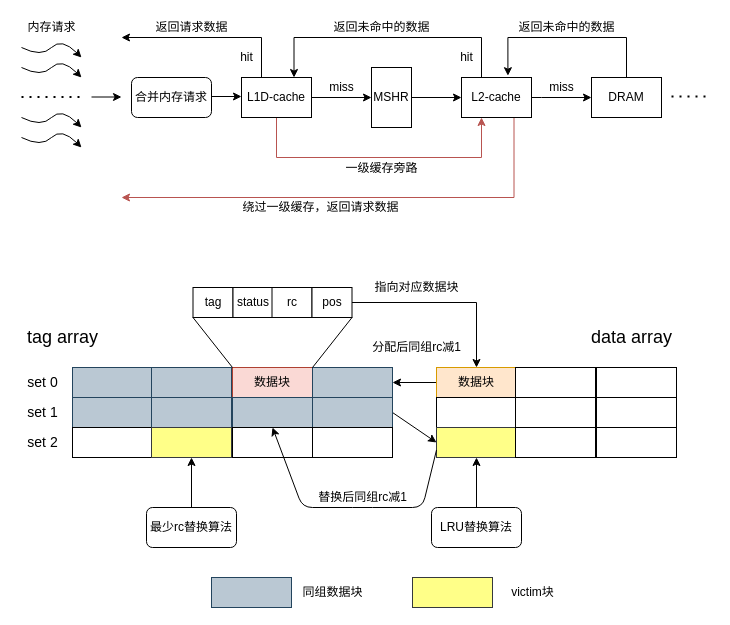
This is GPU bypassing basic.drawio from hwm0726/drawioFile, a draw.io file, before an edit. Source tidied: cells renumbered, new cells numbered last; positions are measured from the earlier drawing's top-left corner, leaving out a move shared by most shapes. Both pictures are drawn from the tidied source at 100%, with x=0, y=0 at pixel (17, 17).
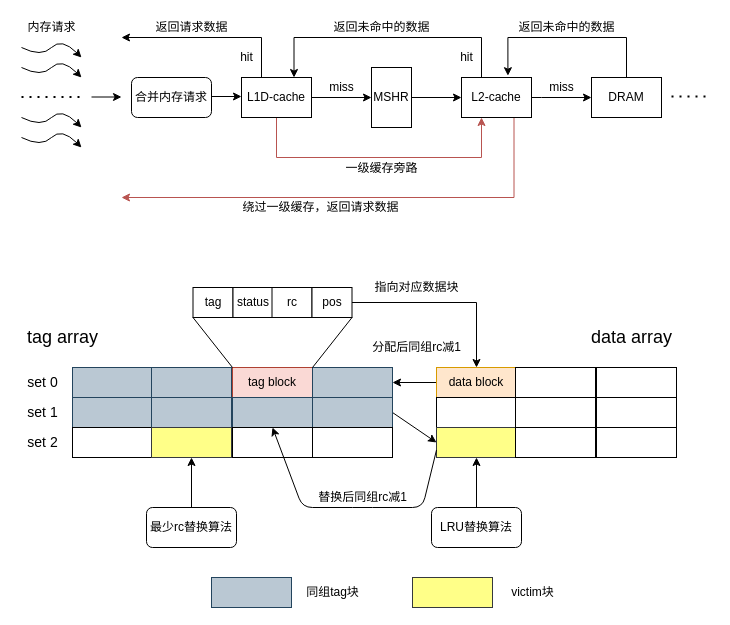
After the change.

What changed in the source:
```diff
@@
-    <mxCell id="40" value="数据块" style="rounded=0;whiteSpace=wrap;html=1;fillColor=#fad9d5;strokeColor=#ae4132;" parent="1" vertex="1">
+    <mxCell id="40" value="tag block" style="rounded=0;whiteSpace=wrap;html=1;fillColor=#fad9d5;strokeColor=#ae4132;" parent="1" vertex="1">
       <mxGeometry x="215" y="350" width="80" height="30" as="geometry" />
     </mxCell>
@@
-    <mxCell id="53" value="数据块" style="rounded=0;whiteSpace=wrap;html=1;fillColor=#ffe6cc;strokeColor=#d79b00;" parent="1" vertex="1">
+    <mxCell id="53" value="data block" style="rounded=0;whiteSpace=wrap;html=1;fillColor=#ffe6cc;strokeColor=#d79b00;" parent="1" vertex="1">
       <mxGeometry x="419" y="350" width="80" height="30" as="geometry" />
     </mxCell>
@@
-    <mxCell id="74" value="同组数据块" style="text;html=1;align=center;verticalAlign=middle;strokeColor=none;" parent="1" vertex="1">
-      <mxGeometry x="274.5" y="565" width="80" height="20" as="geometry" />
+    <mxCell id="74" value="同组tag块" style="text;html=1;align=center;verticalAlign=middle;strokeColor=none;" parent="1" vertex="1">
+      <mxGeometry x="279.5" y="565" width="70" height="20" as="geometry" />
     </mxCell>
```
